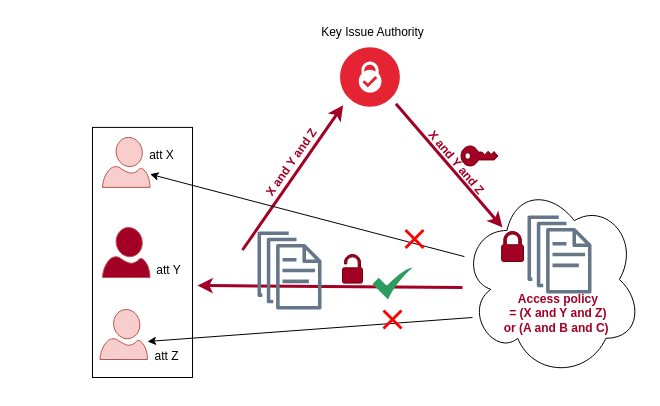
Before: AKL.drawio in huyle84/diagrams, a draw.io diagram. Source tidied: cells renumbered, new cells numbered last; positions are measured from the earlier drawing's top-left corner, leaving out a move shared by most shapes. Both pictures are drawn from the tidied source at 100%, with x=0, y=0 at pixel (92, 17).
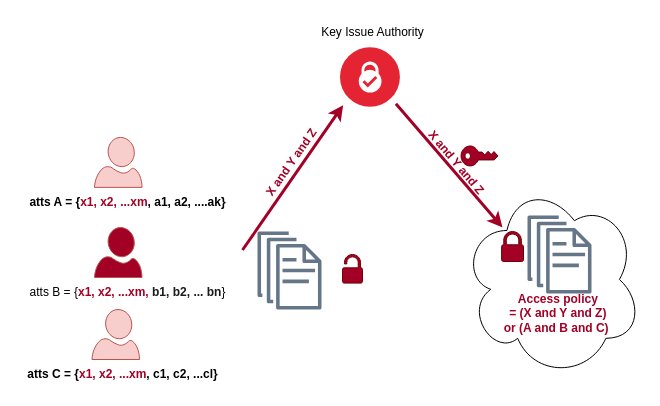
Above is the later version.

Unchanged cells that the change refers to:
```xml
<mxCell id="3" style="ellipse;shape=cloud;whiteSpace=wrap;html=1;" parent="1" vertex="1">
  <mxGeometry x="369.4" y="164" width="180" height="196" as="geometry" />
</mxCell>
```

Diff of the diagram source:
```diff
@@
-    <mxCell id="2" style="rounded=0;whiteSpace=wrap;html=1;" parent="1" vertex="1">
-      <mxGeometry y="109.9" width="100" height="250.1" as="geometry" />
-    </mxCell>
@@
     <mxCell id="4" style="verticalLabelPosition=bottom;html=1;verticalAlign=top;align=center;strokeColor=#b85450;fillColor=#f8cecc;shape=mxgraph.azure.user;" parent="1" vertex="1">
-      <mxGeometry x="10" y="119.9" width="47.5" height="50" as="geometry" />
+      <mxGeometry x="2" y="119.9" width="47.5" height="50" as="geometry" />
     </mxCell>
     <mxCell id="5" style="verticalLabelPosition=bottom;html=1;verticalAlign=top;align=center;strokeColor=#b85450;fillColor=#A20025;shape=mxgraph.azure.user;" parent="1" vertex="1">
-      <mxGeometry x="10" y="210" width="47.5" height="50" as="geometry" />
+      <mxGeometry x="2" y="210" width="47.5" height="50" as="geometry" />
     </mxCell>
     <mxCell id="6" style="verticalLabelPosition=bottom;html=1;verticalAlign=top;align=center;strokeColor=#b85450;fillColor=#f8cecc;shape=mxgraph.azure.user;" parent="1" vertex="1">
-      <mxGeometry x="7.5" y="292" width="47.5" height="50" as="geometry" />
+      <mxGeometry x="-0.5" y="292" width="47.5" height="50" as="geometry" />
     </mxCell>
@@
-    <mxCell id="9" value="att X" style="text;html=1;align=center;verticalAlign=middle;strokeColor=none;fillColor=none;" parent="1" vertex="1">
-      <mxGeometry x="44" y="122.9" width="50" height="30" as="geometry" />
-    </mxCell>
-    <mxCell id="10" value="att Y" style="text;html=1;align=center;verticalAlign=middle;strokeColor=none;fillColor=none;" parent="1" vertex="1">
-      <mxGeometry x="51" y="238" width="50" height="30" as="geometry" />
+    <mxCell id="10" value="atts B = {&lt;b&gt;&lt;font color=&quot;#a20025&quot;&gt;x1, x2, ...xm, &lt;/font&gt;&lt;font color=&quot;#1a1a1a&quot;&gt;b1, b2, ... bn&lt;/font&gt;&lt;/b&gt;}" style="text;html=1;align=center;verticalAlign=middle;strokeColor=none;fillColor=none;" parent="1" vertex="1">
+      <mxGeometry x="-75" y="260" width="220" height="30" as="geometry" />
     </mxCell>
-    <mxCell id="11" value="att Z" style="text;html=1;align=center;verticalAlign=middle;strokeColor=none;fillColor=none;" parent="1" vertex="1">
-      <mxGeometry x="49" y="324" width="50" height="30" as="geometry" />
-    </mxCell>
@@
-    <mxCell id="17" style="endArrow=classic;html=1;rounded=0;strokeWidth=3;strokeColor=#A20025;" parent="1" edge="1">
-      <mxGeometry relative="1" as="geometry">
-        <mxPoint x="370" y="270" as="sourcePoint" />
-        <mxPoint x="105" y="268" as="targetPoint" />
-      </mxGeometry>
-    </mxCell>
@@
-    <mxCell id="23" style="endArrow=classic;html=1;rounded=0;" parent="1" edge="1">
-      <mxGeometry relative="1" as="geometry">
-        <mxPoint x="380" y="300" as="sourcePoint" />
-        <mxPoint x="55" y="324" as="targetPoint" />
-      </mxGeometry>
-    </mxCell>
-    <mxCell id="24" style="shape=mxgraph.mockup.markup.redX;fillColor=#ff0000;html=1;shadow=0;whiteSpace=wrap;strokeColor=none;" parent="1" vertex="1">
-      <mxGeometry x="290" y="292" width="20" height="20" as="geometry" />
-    </mxCell>
-    <mxCell id="25" style="sketch=0;html=1;strokeColor=none;shadow=0;align=center;fillColor=#2D9C5E;verticalAlign=top;labelPosition=center;verticalLabelPosition=bottom;shape=mxgraph.gcp2.check;" parent="1" vertex="1">
-      <mxGeometry x="280" y="250" width="40" height="32" as="geometry" />
-    </mxCell>
-    <mxCell id="26" style="endArrow=classic;html=1;rounded=0;" parent="1" edge="1" source="3">
-      <mxGeometry relative="1" as="geometry">
-        <mxPoint x="57.5" y="156.7" as="targetPoint" />
-      </mxGeometry>
-    </mxCell>
-    <mxCell id="27" style="shape=mxgraph.mockup.markup.redX;fillColor=#ff0000;html=1;shadow=0;whiteSpace=wrap;strokeColor=none;" parent="1" vertex="1">
-      <mxGeometry x="312" y="211.4" width="20" height="20" as="geometry" />
-    </mxCell>
+    <mxCell id="28" value="atts C = {&lt;font color=&quot;#a20025&quot;&gt;&lt;span&gt;x1, x2, ...xm&lt;/span&gt;&lt;/font&gt;, c1, c2, ...cl}" style="text;html=1;align=center;verticalAlign=middle;strokeColor=none;fillColor=none;fontStyle=1;" parent="1" vertex="1">
+      <mxGeometry x="-75" y="342" width="210" height="30" as="geometry" />
+    </mxCell>
+    <mxCell id="29" value="atts A = {&lt;font color=&quot;#a20025&quot;&gt;&lt;span&gt;x1, x2, ...xm&lt;/span&gt;&lt;/font&gt;, a1, a2, ....ak}" style="text;html=1;align=center;verticalAlign=middle;strokeColor=none;fillColor=none;fontStyle=1;" parent="1" vertex="1">
+      <mxGeometry x="-70" y="169.9" width="210" height="30" as="geometry" />
+    </mxCell>
```
